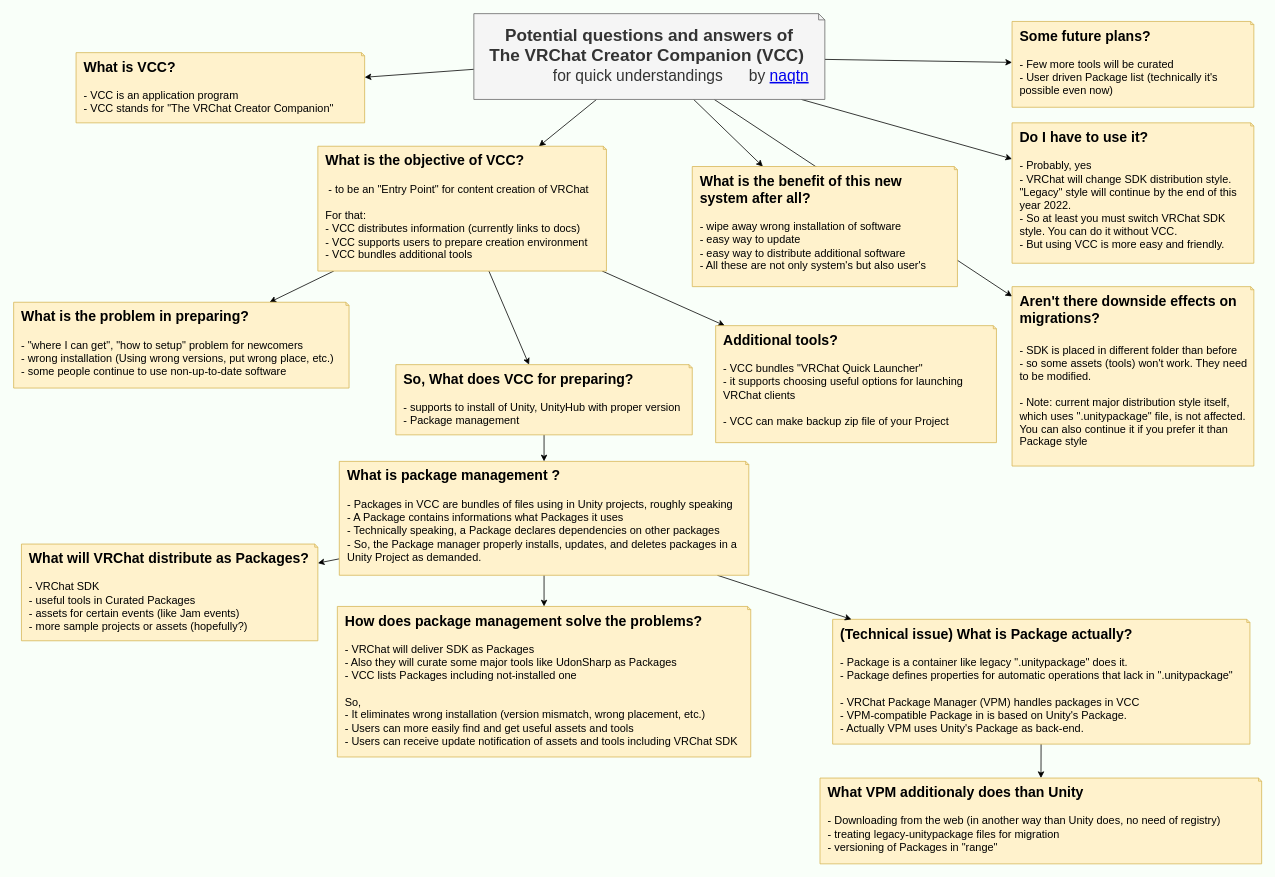
Earlier version of the draw.io diagram page "mindmap-en" (4 of 6) of docs/topics/vcc/vcc-map.drawio (naqtn/vrchat-naqtn-misc). Source tidied: cells renumbered, new cells numbered last; positions are measured from the earlier drawing's top-left corner, leaving out a move shared by most shapes. Both pictures are drawn from the tidied source at 78%, with x=0, y=0 at pixel (13, 13).
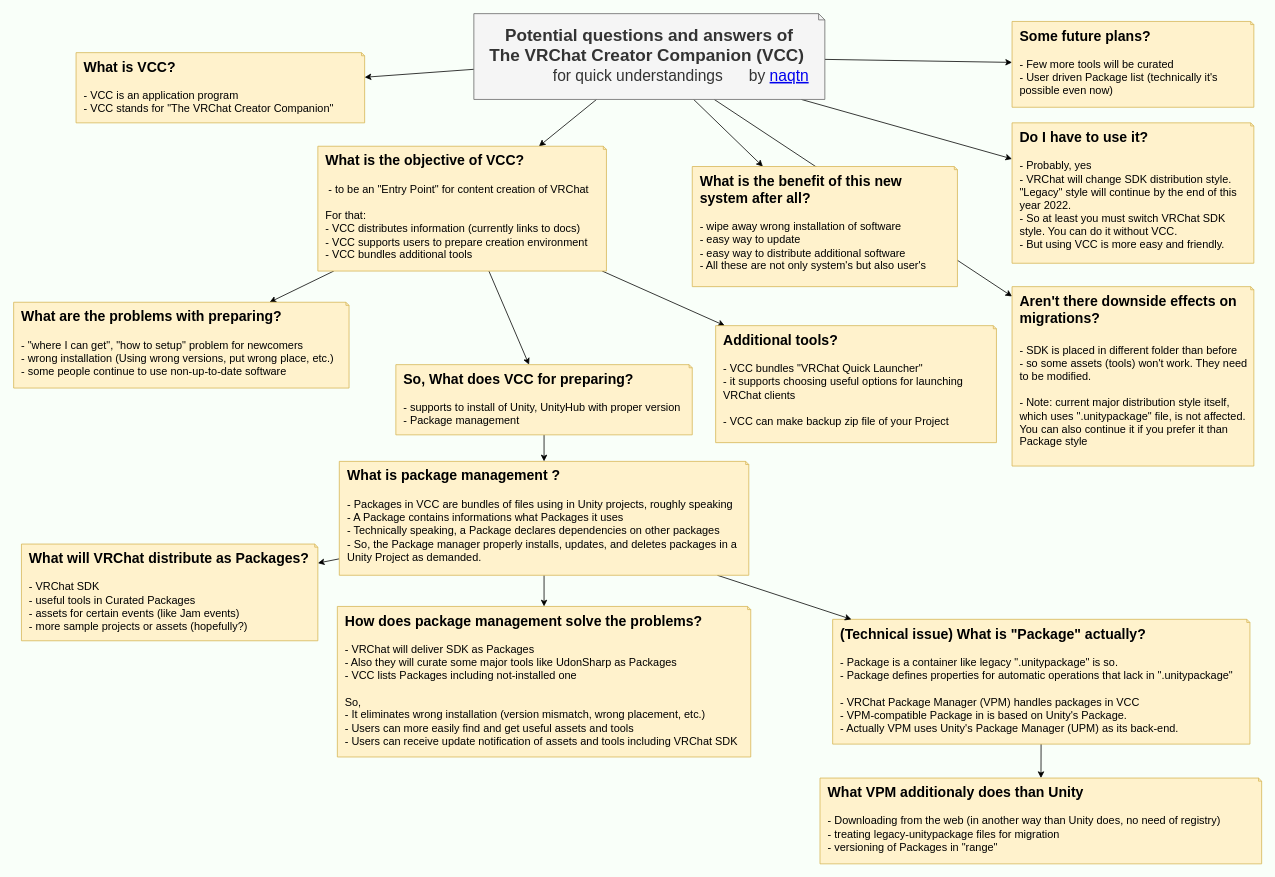
The same diagram, later.

The edit, as a diff of the source:
```diff
@@
-    <mxCell id="11" value="&lt;font style=&quot;font-size: 18px&quot;&gt;&lt;b&gt;(Technical issue) What is Package actually?&lt;/b&gt;&lt;br&gt;&lt;/font&gt;&lt;br&gt;&lt;div&gt;-&amp;nbsp;&lt;span&gt;Package is a container like legacy &quot;.unitypackage&quot; does it.&lt;/span&gt;&lt;/div&gt;&lt;div&gt;- Package defines properties for automatic operations that lack in &quot;.unitypackage&quot;&lt;/div&gt;&lt;div&gt;&lt;br&gt;&lt;/div&gt;&lt;div&gt;- VRChat Package Manager (VPM) handles packages in VCC&lt;/div&gt;&lt;div&gt;- VPM-compatible Package in is based on Unity's Package.&lt;/div&gt;&lt;div&gt;- Actually VPM uses Unity's Package as back-end.&lt;/div&gt;" style="shape=note2;boundedLbl=1;whiteSpace=wrap;html=1;size=4;verticalAlign=top;align=left;fillColor=#fff2cc;strokeColor=#d6b656;spacing=0;spacingLeft=10;fontSize=14;spacingRight=10;" parent="1" vertex="1">
+    <mxCell id="11" value="&lt;font style=&quot;font-size: 18px&quot;&gt;&lt;b&gt;(Technical issue) What is &quot;Package&quot; actually?&lt;/b&gt;&lt;br&gt;&lt;/font&gt;&lt;br&gt;&lt;div&gt;-&amp;nbsp;&lt;span&gt;Package is a container like legacy &quot;.unitypackage&quot; is so.&lt;/span&gt;&lt;/div&gt;&lt;div&gt;- Package defines properties for automatic operations that lack in &quot;.unitypackage&quot;&lt;/div&gt;&lt;div&gt;&lt;br&gt;&lt;/div&gt;&lt;div&gt;- VRChat Package Manager (VPM) handles packages in VCC&lt;/div&gt;&lt;div&gt;- VPM-compatible Package in is based on Unity's Package.&lt;/div&gt;&lt;div&gt;- Actually VPM uses Unity's Package Manager (UPM) as its back-end.&lt;/div&gt;" style="shape=note2;boundedLbl=1;whiteSpace=wrap;html=1;size=4;verticalAlign=top;align=left;fillColor=#fff2cc;strokeColor=#d6b656;spacing=0;spacingLeft=10;fontSize=14;spacingRight=10;" parent="1" vertex="1">
       <mxGeometry x="1050" y="776.5" width="535" height="160" as="geometry" />
     </mxCell>
@@
-    <mxCell id="25" value="&lt;b&gt;&lt;font style=&quot;font-size: 18px&quot;&gt;What is the problem in preparing?&lt;/font&gt;&lt;/b&gt;&lt;br&gt;&lt;br&gt;&lt;span&gt;- &quot;where I can get&quot;, &quot;how to setup&quot; problem for newcomers&lt;/span&gt;&lt;div&gt;- wrong installation (Using wrong versions, put wrong place, etc.)&lt;/div&gt;&lt;span&gt;- some people continue to use non-up-to-date software&lt;/span&gt;" style="shape=note2;boundedLbl=1;whiteSpace=wrap;html=1;size=4;verticalAlign=top;align=left;fillColor=#fff2cc;strokeColor=#d6b656;spacing=0;spacingLeft=10;fontSize=14;spacingRight=10;" parent="1" vertex="1">
+    <mxCell id="25" value="&lt;b&gt;&lt;font style=&quot;font-size: 18px&quot;&gt;What are the problems with preparing?&lt;/font&gt;&lt;/b&gt;&lt;br&gt;&lt;br&gt;&lt;span&gt;- &quot;where I can get&quot;, &quot;how to setup&quot; problem for newcomers&lt;/span&gt;&lt;div&gt;- wrong installation (Using wrong versions, put wrong place, etc.)&lt;/div&gt;&lt;span&gt;- some people continue to use non-up-to-date software&lt;/span&gt;" style="shape=note2;boundedLbl=1;whiteSpace=wrap;html=1;size=4;verticalAlign=top;align=left;fillColor=#fff2cc;strokeColor=#d6b656;spacing=0;spacingLeft=10;fontSize=14;spacingRight=10;" parent="1" vertex="1">
       <mxGeometry y="370" width="430" height="110" as="geometry" />
     </mxCell>
```
